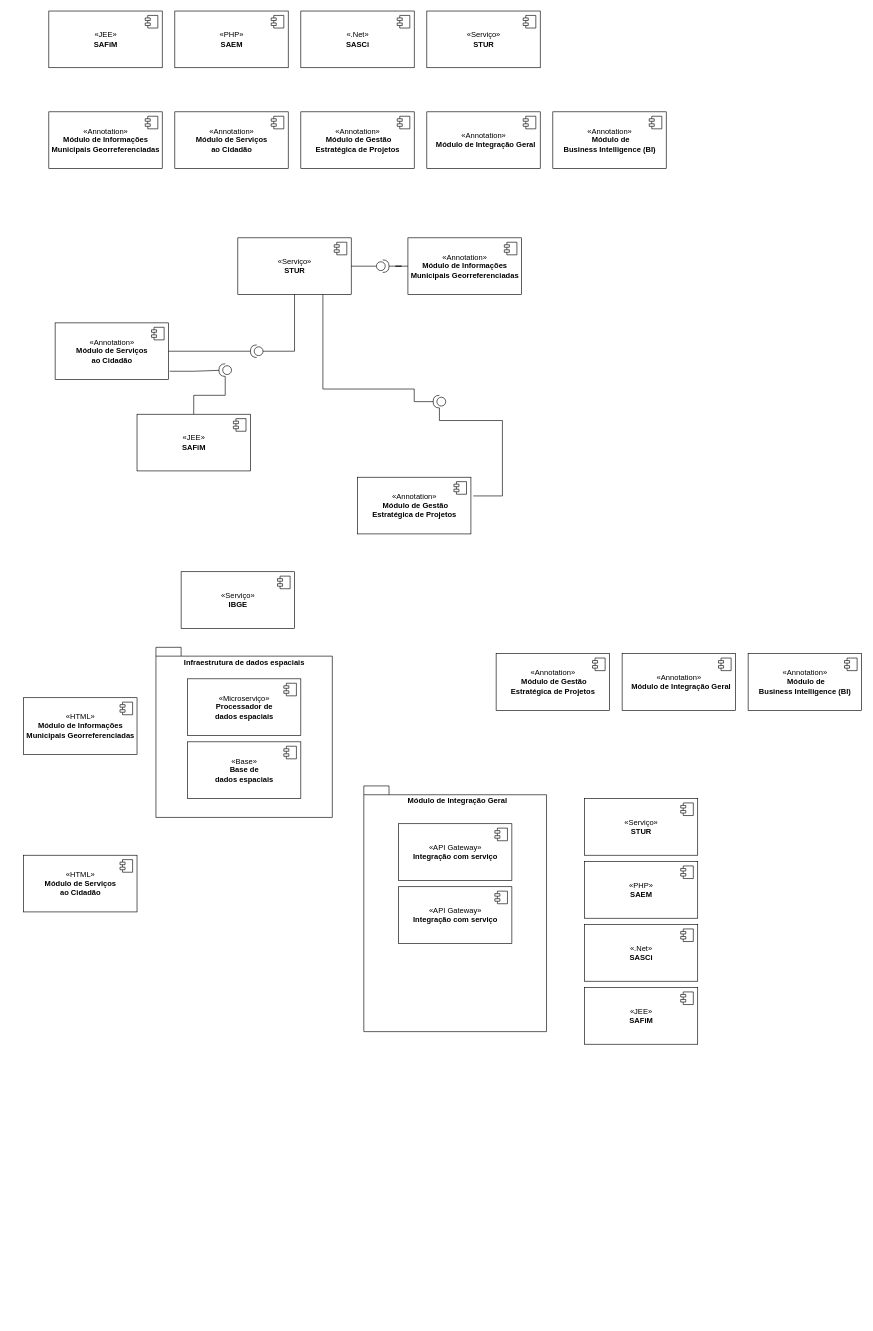
The draw.io diagram diagrama-de-componentes.drawio in sgm-poc/sgm-diagramas, before the edit. Source tidied: cells renumbered, new cells numbered last; positions are measured from the earlier drawing's top-left corner, leaving out a move shared by most shapes. Both pictures are drawn from the tidied source at 63%, with x=0, y=0 at pixel (23, 11).
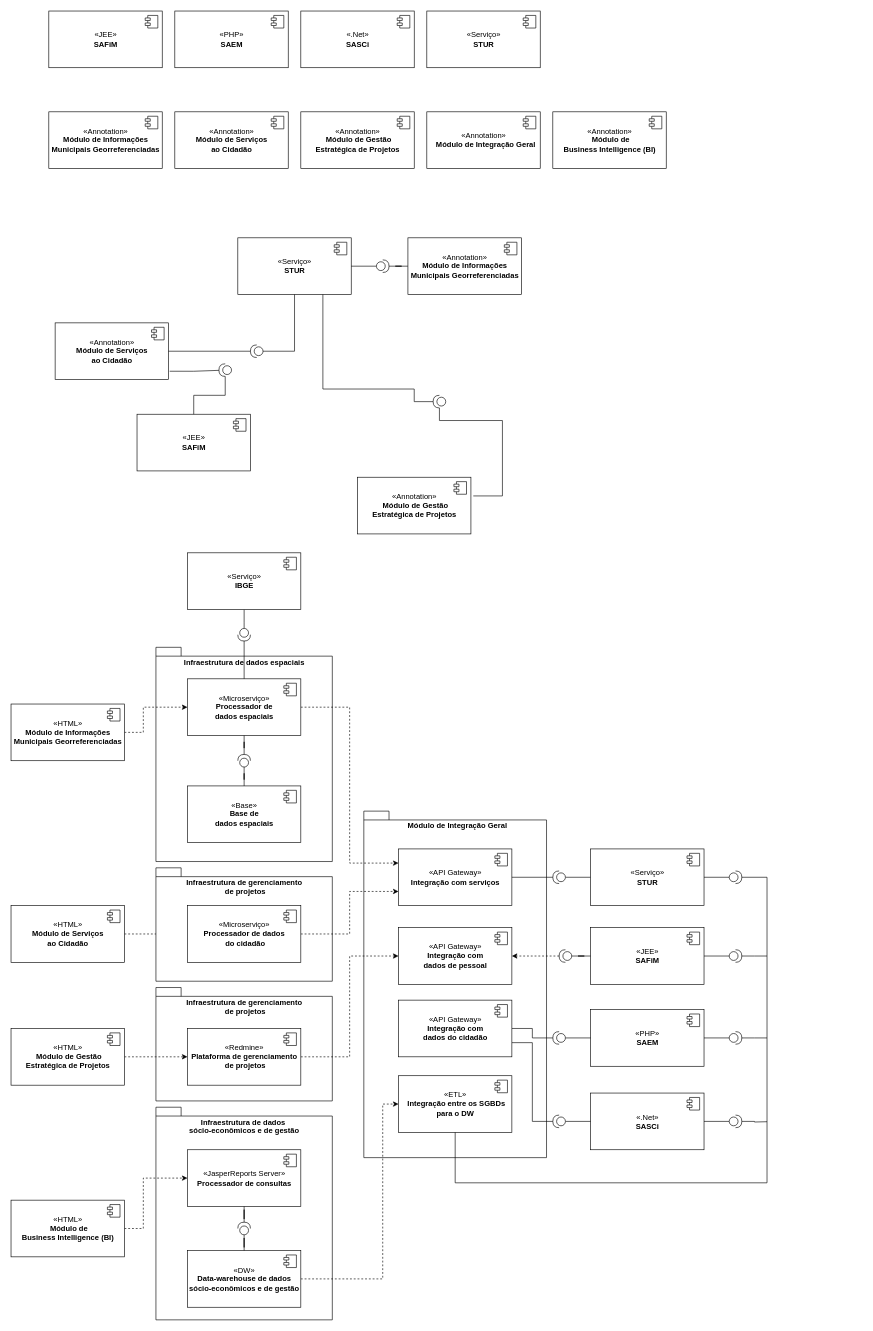
The same diagram, later.

The change refers to these unchanged cells:
```xml
<mxCell id="64" value="«Microserviço»&lt;br&gt;&lt;b&gt;Processador de &lt;br&gt;dados espaciais&lt;/b&gt;" style="html=1;" parent="1" vertex="1">
  <mxGeometry x="260" y="1060" width="180" height="90" as="geometry" />
</mxCell>
```

The edit, as a diff of the source:
```diff
@@
+    <mxCell id="72" value="&lt;b&gt;Infraestrutura de gerenciamento&lt;br&gt;&amp;nbsp;de projetos&lt;/b&gt;" style="shape=folder;fontStyle=1;spacingTop=10;tabWidth=40;tabHeight=14;tabPosition=left;html=1;horizontal=1;labelPosition=center;verticalLabelPosition=middle;align=center;verticalAlign=top;" parent="1" vertex="1">
+      <mxGeometry x="210" y="1550" width="280" height="180" as="geometry" />
+    </mxCell>
     <mxCell id="2" value="&lt;b&gt;&amp;nbsp; Módulo de Integração Geral&lt;/b&gt;" style="shape=folder;fontStyle=1;spacingTop=10;tabWidth=40;tabHeight=14;tabPosition=left;html=1;horizontal=1;labelPosition=center;verticalLabelPosition=middle;align=center;verticalAlign=top;" parent="1" vertex="1">
-      <mxGeometry x="540" y="1230" width="290" height="390" as="geometry" />
+      <mxGeometry x="540" y="1270" width="290" height="550" as="geometry" />
     </mxCell>
+    <mxCell id="73" value="&lt;b&gt;Infraestrutura de dados&amp;nbsp;&lt;br&gt;&lt;/b&gt;&lt;b&gt;sócio-econômicos e de gestão&lt;/b&gt;" style="shape=folder;fontStyle=1;spacingTop=10;tabWidth=40;tabHeight=14;tabPosition=left;html=1;horizontal=1;labelPosition=center;verticalLabelPosition=middle;align=center;verticalAlign=top;" parent="1" vertex="1">
+      <mxGeometry x="210" y="1740" width="280" height="337.5" as="geometry" />
+    </mxCell>
+    <mxCell id="61" value="&lt;b&gt;Infraestrutura de dados espaciais&lt;/b&gt;" style="shape=folder;fontStyle=1;spacingTop=10;tabWidth=40;tabHeight=14;tabPosition=left;html=1;horizontal=1;labelPosition=center;verticalLabelPosition=middle;align=center;verticalAlign=top;" parent="1" vertex="1">
+      <mxGeometry x="210" y="1010" width="280" height="340" as="geometry" />
+    </mxCell>
@@
     <mxCell id="43" value="«JEE»&lt;br&gt;&lt;b&gt;SAFiM&lt;/b&gt;" style="html=1;" parent="1" vertex="1">
-      <mxGeometry x="890" y="1550" width="180" height="90" as="geometry" />
+      <mxGeometry x="900" y="1455" width="180" height="90" as="geometry" />
     </mxCell>
@@
     <mxCell id="45" value="«PHP»&lt;br&gt;&lt;b&gt;SAEM&lt;/b&gt;" style="html=1;" parent="1" vertex="1">
-      <mxGeometry x="890" y="1350" width="180" height="90" as="geometry" />
+      <mxGeometry x="900" y="1585" width="180" height="90" as="geometry" />
     </mxCell>
@@
     <mxCell id="47" value="«.Net»&lt;br&gt;&lt;b&gt;SASCi&lt;/b&gt;" style="html=1;" parent="1" vertex="1">
-      <mxGeometry x="890" y="1450" width="180" height="90" as="geometry" />
+      <mxGeometry x="900" y="1717.5" width="180" height="90" as="geometry" />
     </mxCell>
@@
+    <mxCell id="74" style="edgeStyle=orthogonalEdgeStyle;rounded=0;jettySize=auto;html=1;endArrow=none;endFill=0;strokeColor=#000000;" parent="1" edge="1" source="49" target="84">
+      <mxGeometry relative="1" as="geometry" />
+    </mxCell>
     <mxCell id="49" value="«Serviço»&lt;br&gt;&lt;b&gt;STUR&lt;/b&gt;" style="html=1;" parent="1" vertex="1">
-      <mxGeometry x="890" y="1250" width="180" height="90" as="geometry" />
+      <mxGeometry x="900" y="1330" width="180" height="90" as="geometry" />
     </mxCell>
@@
+    <mxCell id="75" style="edgeStyle=orthogonalEdgeStyle;rounded=0;jettySize=auto;html=1;dashed=1;endArrow=classic;endFill=1;strokeColor=#000000;" parent="1" edge="1" source="51" target="64">
+      <mxGeometry relative="1" as="geometry">
+        <Array as="points">
+          <mxPoint x="190" y="1145" />
+          <mxPoint x="190" y="1105" />
+        </Array>
+      </mxGeometry>
+    </mxCell>
     <mxCell id="51" value="«HTML»&lt;br&gt;&lt;b&gt;Módulo de Informações &lt;br&gt;Municipais Georreferenciadas&lt;/b&gt;" style="html=1;" parent="1" vertex="1">
-      <mxGeometry y="1090" width="180" height="90" as="geometry" />
+      <mxGeometry x="-20" y="1100" width="180" height="90" as="geometry" />
     </mxCell>
@@
+    <mxCell id="76" style="edgeStyle=orthogonalEdgeStyle;rounded=0;jettySize=auto;html=1;dashed=1;endArrow=classic;endFill=1;strokeColor=#000000;" parent="1" edge="1" source="53" target="126">
+      <mxGeometry relative="1" as="geometry" />
+    </mxCell>
     <mxCell id="53" value="«HTML»&lt;br&gt;&lt;b&gt;Módulo de Serviços &lt;br&gt;ao Cidadão&lt;/b&gt;" style="html=1;" parent="1" vertex="1">
-      <mxGeometry y="1340" width="180" height="90" as="geometry" />
+      <mxGeometry x="-20" y="1420" width="180" height="90" as="geometry" />
     </mxCell>
@@
+    <mxCell id="77" style="edgeStyle=orthogonalEdgeStyle;rounded=0;jettySize=auto;html=1;entryX=0;entryY=0.5;entryDx=0;entryDy=0;endArrow=classic;endFill=1;strokeColor=#000000;dashed=1;" parent="1" edge="1" source="55" target="105">
+      <mxGeometry relative="1" as="geometry" />
+    </mxCell>
-    <mxCell id="55" value="«Annotation»&lt;br&gt;&lt;b&gt;&amp;nbsp;Módulo de Gestão &lt;br&gt;Estratégica de Projetos&lt;/b&gt;" style="html=1;" parent="1" vertex="1">
-      <mxGeometry x="750" y="1020" width="180" height="90" as="geometry" />
+    <mxCell id="55" value="«HTML»&lt;br&gt;&lt;b&gt;&amp;nbsp;Módulo de Gestão &lt;br&gt;Estratégica de Projetos&lt;/b&gt;" style="html=1;" parent="1" vertex="1">
+      <mxGeometry x="-20" y="1615" width="180" height="90" as="geometry" />
     </mxCell>
@@
+    <mxCell id="78" style="edgeStyle=orthogonalEdgeStyle;rounded=0;jettySize=auto;html=1;entryX=0;entryY=0.5;entryDx=0;entryDy=0;endArrow=classic;endFill=1;strokeColor=#000000;dashed=1;" parent="1" edge="1" source="57" target="96">
+      <mxGeometry relative="1" as="geometry">
+        <Array as="points">
+          <mxPoint x="190" y="1932.5" />
+          <mxPoint x="190" y="1852.5" />
+        </Array>
+      </mxGeometry>
+    </mxCell>
-    <mxCell id="57" value="«Annotation»&lt;br&gt;&lt;b&gt;&amp;nbsp;Módulo de &lt;br&gt;Business Intelligence (BI)&lt;/b&gt;" style="html=1;" parent="1" vertex="1">
-      <mxGeometry x="1150" y="1020" width="180" height="90" as="geometry" />
+    <mxCell id="57" value="«HTML»&lt;br&gt;&lt;b&gt;&amp;nbsp;Módulo de &lt;br&gt;Business Intelligence (BI)&lt;/b&gt;" style="html=1;" parent="1" vertex="1">
+      <mxGeometry x="-20" y="1887.5" width="180" height="90" as="geometry" />
     </mxCell>
@@
-    <mxCell id="59" value="«Annotation»&lt;br&gt;&lt;b&gt;&amp;nbsp;&amp;nbsp;Módulo de Integração Geral&lt;/b&gt;" style="html=1;" parent="1" vertex="1">
-      <mxGeometry x="950" y="1020" width="180" height="90" as="geometry" />
-    </mxCell>
-    <mxCell id="60" style="shape=component;jettyWidth=8;jettyHeight=4;" parent="59" vertex="1">
-      <mxGeometry x="1" width="20" height="20" relative="1" as="geometry">
-        <mxPoint x="-27" y="7" as="offset" />
-      </mxGeometry>
-    </mxCell>
-    <mxCell id="61" value="&lt;b&gt;Infraestrutura de dados espaciais&lt;/b&gt;" style="shape=folder;fontStyle=1;spacingTop=10;tabWidth=40;tabHeight=14;tabPosition=left;html=1;horizontal=1;labelPosition=center;verticalLabelPosition=middle;align=center;verticalAlign=top;" parent="1" vertex="1">
-      <mxGeometry x="210" y="1010" width="280" height="270" as="geometry" />
-    </mxCell>
+    <mxCell id="79" style="edgeStyle=orthogonalEdgeStyle;rounded=0;jettySize=auto;html=1;endArrow=none;endFill=0;strokeColor=#000000;" parent="1" edge="1" source="62">
+      <mxGeometry relative="1" as="geometry">
+        <mxPoint x="350" y="980" as="targetPoint" />
+      </mxGeometry>
+    </mxCell>
     <mxCell id="62" value="«Serviço»&lt;br&gt;&lt;b&gt;IBGE&lt;/b&gt;" style="html=1;" parent="1" vertex="1">
-      <mxGeometry x="250" y="890" width="180" height="90" as="geometry" />
+      <mxGeometry x="260" y="860" width="180" height="90" as="geometry" />
     </mxCell>
@@
+    <mxCell id="80" style="edgeStyle=orthogonalEdgeStyle;rounded=0;jettySize=auto;html=1;entryX=0;entryY=0.25;entryDx=0;entryDy=0;dashed=1;endArrow=classic;endFill=1;strokeColor=#000000;" parent="1" edge="1" source="64" target="68">
+      <mxGeometry relative="1" as="geometry" />
+    </mxCell>
@@
     <mxCell id="66" value="«Base»&lt;br&gt;&lt;b&gt;Base de &lt;br&gt;dados espaciais&lt;/b&gt;" style="html=1;" parent="1" vertex="1">
-      <mxGeometry x="260" y="1160" width="180" height="90" as="geometry" />
+      <mxGeometry x="260" y="1230" width="180" height="90" as="geometry" />
     </mxCell>
@@
-    <mxCell id="68" value="«API Gateway»&lt;br&gt;&lt;b&gt;Integração com serviço&lt;/b&gt;" style="html=1;" parent="1" vertex="1">
-      <mxGeometry x="595" y="1290" width="180" height="90" as="geometry" />
+    <mxCell id="68" value="«API Gateway»&lt;br&gt;&lt;b&gt;Integração com serviços&lt;/b&gt;" style="html=1;" parent="1" vertex="1">
+      <mxGeometry x="595" y="1330" width="180" height="90" as="geometry" />
     </mxCell>
@@
-    <mxCell id="70" value="«API Gateway»&lt;br&gt;&lt;b&gt;Integração com serviço&lt;/b&gt;" style="html=1;" parent="1" vertex="1">
-      <mxGeometry x="595" y="1390" width="180" height="90" as="geometry" />
-    </mxCell>
-    <mxCell id="71" style="shape=component;jettyWidth=8;jettyHeight=4;" parent="70" vertex="1">
-      <mxGeometry x="1" width="20" height="20" relative="1" as="geometry">
-        <mxPoint x="-27" y="7" as="offset" />
-      </mxGeometry>
-    </mxCell>
+    <mxCell id="81" style="edgeStyle=orthogonalEdgeStyle;rounded=0;jettySize=auto;html=1;endArrow=none;endFill=0;strokeColor=#000000;" parent="1" edge="1" source="82" target="64">
+      <mxGeometry relative="1" as="geometry" />
+    </mxCell>
+    <mxCell id="82" style="shape=providedRequiredInterface;html=1;verticalLabelPosition=bottom;rotation=90;" parent="1" vertex="1">
+      <mxGeometry x="340" y="980" width="20" height="20" as="geometry" />
+    </mxCell>
+    <mxCell id="83" style="edgeStyle=orthogonalEdgeStyle;rounded=0;jettySize=auto;html=1;endArrow=none;endFill=0;strokeColor=#000000;" parent="1" edge="1" source="84" target="68">
+      <mxGeometry relative="1" as="geometry" />
+    </mxCell>
+    <mxCell id="84" style="shape=providedRequiredInterface;html=1;verticalLabelPosition=bottom;rotation=-180;" parent="1" vertex="1">
+      <mxGeometry x="840" y="1365" width="20" height="20" as="geometry" />
+    </mxCell>
+    <mxCell id="85" value="«ETL»&lt;br&gt;&lt;b&gt;&amp;nbsp;Integração entre os SGBDs&lt;br&gt;para o DW&lt;br&gt;&lt;/b&gt;" style="html=1;" parent="1" vertex="1">
+      <mxGeometry x="595" y="1690" width="180" height="90" as="geometry" />
+    </mxCell>
+    <mxCell id="86" style="shape=component;jettyWidth=8;jettyHeight=4;" parent="85" vertex="1">
+      <mxGeometry x="1" width="20" height="20" relative="1" as="geometry">
+        <mxPoint x="-27" y="7" as="offset" />
+      </mxGeometry>
+    </mxCell>
+    <mxCell id="87" style="edgeStyle=orthogonalEdgeStyle;rounded=0;jettySize=auto;html=1;endArrow=none;endFill=0;strokeColor=#000000;" parent="1" edge="1" source="89" target="43">
+      <mxGeometry relative="1" as="geometry" />
+    </mxCell>
+    <mxCell id="88" style="edgeStyle=orthogonalEdgeStyle;rounded=0;jettySize=auto;html=1;entryX=1;entryY=0.5;entryDx=0;entryDy=0;dashed=1;endArrow=classic;endFill=1;strokeColor=#000000;" parent="1" edge="1" source="89" target="122">
+      <mxGeometry relative="1" as="geometry" />
+    </mxCell>
+    <mxCell id="89" style="shape=providedRequiredInterface;html=1;verticalLabelPosition=bottom;rotation=-180;" parent="1" vertex="1">
+      <mxGeometry x="850" y="1490" width="20" height="20" as="geometry" />
+    </mxCell>
+    <mxCell id="90" style="edgeStyle=orthogonalEdgeStyle;rounded=0;jettySize=auto;html=1;endArrow=none;endFill=0;strokeColor=#000000;" parent="1" edge="1" source="92" target="45">
+      <mxGeometry relative="1" as="geometry" />
+    </mxCell>
+    <mxCell id="91" style="edgeStyle=orthogonalEdgeStyle;rounded=0;jettySize=auto;html=1;entryX=1;entryY=0.5;entryDx=0;entryDy=0;endArrow=none;endFill=0;strokeColor=#000000;" parent="1" edge="1" source="92" target="128">
+      <mxGeometry relative="1" as="geometry" />
+    </mxCell>
+    <mxCell id="92" style="shape=providedRequiredInterface;html=1;verticalLabelPosition=bottom;rotation=-180;" parent="1" vertex="1">
+      <mxGeometry x="840" y="1620" width="20" height="20" as="geometry" />
+    </mxCell>
+    <mxCell id="93" style="edgeStyle=orthogonalEdgeStyle;rounded=0;jettySize=auto;html=1;dashed=1;endArrow=classic;endFill=1;strokeColor=#000000;" parent="1" edge="1" source="94" target="85">
+      <mxGeometry relative="1" as="geometry">
+        <Array as="points">
+          <mxPoint x="570" y="2012" />
+          <mxPoint x="570" y="1735" />
+        </Array>
+      </mxGeometry>
+    </mxCell>
+    <mxCell id="94" value="«DW»&lt;br&gt;&lt;b&gt;Data-warehouse&amp;nbsp;de dados &lt;br&gt;sócio-econômicos e de gestão&lt;/b&gt;" style="html=1;" parent="1" vertex="1">
+      <mxGeometry x="260" y="1967.5" width="180" height="90" as="geometry" />
+    </mxCell>
+    <mxCell id="95" style="shape=component;jettyWidth=8;jettyHeight=4;" parent="94" vertex="1">
+      <mxGeometry x="1" width="20" height="20" relative="1" as="geometry">
+        <mxPoint x="-27" y="7" as="offset" />
+      </mxGeometry>
+    </mxCell>
+    <mxCell id="96" value="«JasperReports Server»&lt;br&gt;&lt;b&gt;Processador de consultas&lt;/b&gt;" style="html=1;" parent="1" vertex="1">
+      <mxGeometry x="260" y="1807.5" width="180" height="90" as="geometry" />
+    </mxCell>
+    <mxCell id="97" style="shape=component;jettyWidth=8;jettyHeight=4;" parent="96" vertex="1">
+      <mxGeometry x="1" width="20" height="20" relative="1" as="geometry">
+        <mxPoint x="-27" y="7" as="offset" />
+      </mxGeometry>
+    </mxCell>
+    <mxCell id="98" style="edgeStyle=orthogonalEdgeStyle;rounded=0;jettySize=auto;html=1;endArrow=none;endFill=0;strokeColor=#000000;" parent="1" edge="1" source="100" target="94">
+      <mxGeometry relative="1" as="geometry" />
+    </mxCell>
+    <mxCell id="99" style="edgeStyle=orthogonalEdgeStyle;rounded=0;jettySize=auto;html=1;endArrow=none;endFill=0;strokeColor=#000000;" parent="1" edge="1" source="100" target="96">
+      <mxGeometry relative="1" as="geometry" />
+    </mxCell>
+    <mxCell id="100" style="shape=providedRequiredInterface;html=1;verticalLabelPosition=bottom;rotation=-180;direction=south;" parent="1" vertex="1">
+      <mxGeometry x="340" y="1922.5" width="20" height="20" as="geometry" />
+    </mxCell>
+    <mxCell id="101" style="edgeStyle=orthogonalEdgeStyle;rounded=0;jettySize=auto;html=1;endArrow=none;endFill=0;strokeColor=#000000;" parent="1" edge="1" source="103" target="64">
+      <mxGeometry relative="1" as="geometry" />
+    </mxCell>
+    <mxCell id="102" style="edgeStyle=orthogonalEdgeStyle;rounded=0;jettySize=auto;html=1;endArrow=none;endFill=0;strokeColor=#000000;" parent="1" edge="1" source="103" target="66">
+      <mxGeometry relative="1" as="geometry" />
+    </mxCell>
+    <mxCell id="103" style="shape=providedRequiredInterface;html=1;verticalLabelPosition=bottom;rotation=-180;direction=south;" parent="1" vertex="1">
+      <mxGeometry x="340" y="1180" width="20" height="20" as="geometry" />
+    </mxCell>
+    <mxCell id="104" style="edgeStyle=orthogonalEdgeStyle;rounded=0;jettySize=auto;html=1;exitX=1;exitY=0.5;exitDx=0;exitDy=0;entryX=0;entryY=0.5;entryDx=0;entryDy=0;dashed=1;endArrow=classic;endFill=1;strokeColor=#000000;" parent="1" edge="1" source="105" target="122">
+      <mxGeometry relative="1" as="geometry" />
+    </mxCell>
+    <mxCell id="105" value="«Redmine»&lt;br&gt;&lt;b&gt;Plataforma de gerenciamento&lt;br&gt;&amp;nbsp;de projetos&lt;/b&gt;" style="html=1;" parent="1" vertex="1">
+      <mxGeometry x="260" y="1615" width="180" height="90" as="geometry" />
+    </mxCell>
+    <mxCell id="106" style="shape=component;jettyWidth=8;jettyHeight=4;" parent="105" vertex="1">
+      <mxGeometry x="1" width="20" height="20" relative="1" as="geometry">
+        <mxPoint x="-27" y="7" as="offset" />
+      </mxGeometry>
+    </mxCell>
+    <mxCell id="107" style="edgeStyle=orthogonalEdgeStyle;rounded=0;jettySize=auto;html=1;endArrow=none;endFill=0;strokeColor=#000000;" parent="1" edge="1" source="109" target="47">
+      <mxGeometry relative="1" as="geometry" />
+    </mxCell>
+    <mxCell id="108" style="edgeStyle=orthogonalEdgeStyle;rounded=0;jettySize=auto;html=1;entryX=1;entryY=0.75;entryDx=0;entryDy=0;endArrow=none;endFill=0;strokeColor=#000000;" parent="1" edge="1" source="109" target="128">
+      <mxGeometry relative="1" as="geometry" />
+    </mxCell>
+    <mxCell id="109" style="shape=providedRequiredInterface;html=1;verticalLabelPosition=bottom;rotation=-180;" parent="1" vertex="1">
+      <mxGeometry x="840" y="1752.5" width="20" height="20" as="geometry" />
+    </mxCell>
+    <mxCell id="110" style="edgeStyle=orthogonalEdgeStyle;rounded=0;jettySize=auto;html=1;endArrow=none;endFill=0;strokeColor=#000000;" parent="1" edge="1" source="112" target="47">
+      <mxGeometry relative="1" as="geometry" />
+    </mxCell>
+    <mxCell id="111" style="edgeStyle=orthogonalEdgeStyle;rounded=0;jettySize=auto;html=1;endArrow=none;endFill=0;strokeColor=#000000;" parent="1" edge="1" source="112">
+      <mxGeometry relative="1" as="geometry">
+        <mxPoint x="1180" y="1763" as="targetPoint" />
+      </mxGeometry>
+    </mxCell>
+    <mxCell id="112" style="shape=providedRequiredInterface;html=1;verticalLabelPosition=bottom;rotation=-180;direction=west;" parent="1" vertex="1">
+      <mxGeometry x="1120" y="1752.5" width="20" height="20" as="geometry" />
+    </mxCell>
+    <mxCell id="113" style="edgeStyle=orthogonalEdgeStyle;rounded=0;jettySize=auto;html=1;endArrow=none;endFill=0;strokeColor=#000000;" parent="1" edge="1" source="115" target="45">
+      <mxGeometry relative="1" as="geometry" />
+    </mxCell>
+    <mxCell id="114" style="edgeStyle=orthogonalEdgeStyle;rounded=0;jettySize=auto;html=1;endArrow=none;endFill=0;strokeColor=#000000;" parent="1" edge="1" source="115">
+      <mxGeometry relative="1" as="geometry">
+        <mxPoint x="1180" y="1630" as="targetPoint" />
+      </mxGeometry>
+    </mxCell>
+    <mxCell id="115" style="shape=providedRequiredInterface;html=1;verticalLabelPosition=bottom;rotation=-180;direction=west;" parent="1" vertex="1">
+      <mxGeometry x="1120" y="1620" width="20" height="20" as="geometry" />
+    </mxCell>
+    <mxCell id="116" style="edgeStyle=orthogonalEdgeStyle;rounded=0;jettySize=auto;html=1;endArrow=none;endFill=0;strokeColor=#000000;" parent="1" edge="1" source="118" target="43">
+      <mxGeometry relative="1" as="geometry" />
+    </mxCell>
+    <mxCell id="117" style="edgeStyle=orthogonalEdgeStyle;rounded=0;jettySize=auto;html=1;endArrow=none;endFill=0;strokeColor=#000000;" parent="1" edge="1" source="118">
+      <mxGeometry relative="1" as="geometry">
+        <mxPoint x="1180" y="1500" as="targetPoint" />
+      </mxGeometry>
+    </mxCell>
+    <mxCell id="118" style="shape=providedRequiredInterface;html=1;verticalLabelPosition=bottom;rotation=-180;direction=west;" parent="1" vertex="1">
+      <mxGeometry x="1120" y="1490" width="20" height="20" as="geometry" />
+    </mxCell>
+    <mxCell id="119" style="edgeStyle=orthogonalEdgeStyle;rounded=0;jettySize=auto;html=1;endArrow=none;endFill=0;strokeColor=#000000;" parent="1" edge="1" source="121" target="49">
+      <mxGeometry relative="1" as="geometry" />
+    </mxCell>
+    <mxCell id="120" style="edgeStyle=orthogonalEdgeStyle;rounded=0;jettySize=auto;html=1;entryX=0.5;entryY=1;entryDx=0;entryDy=0;endArrow=none;endFill=0;strokeColor=#000000;" parent="1" edge="1" source="121" target="85">
+      <mxGeometry relative="1" as="geometry">
+        <Array as="points">
+          <mxPoint x="1180" y="1375" />
+          <mxPoint x="1180" y="1860" />
+          <mxPoint x="685" y="1860" />
+        </Array>
+      </mxGeometry>
+    </mxCell>
+    <mxCell id="121" style="shape=providedRequiredInterface;html=1;verticalLabelPosition=bottom;rotation=-180;direction=west;" parent="1" vertex="1">
+      <mxGeometry x="1120" y="1365" width="20" height="20" as="geometry" />
+    </mxCell>
+    <mxCell id="122" value="«API Gateway»&lt;br&gt;&lt;b&gt;Integração com &lt;br&gt;dados de pessoal&lt;/b&gt;" style="html=1;" parent="1" vertex="1">
+      <mxGeometry x="595" y="1455" width="180" height="90" as="geometry" />
+    </mxCell>
+    <mxCell id="123" style="shape=component;jettyWidth=8;jettyHeight=4;" parent="122" vertex="1">
+      <mxGeometry x="1" width="20" height="20" relative="1" as="geometry">
+        <mxPoint x="-27" y="7" as="offset" />
+      </mxGeometry>
+    </mxCell>
+    <mxCell id="124" value="&lt;b&gt;Infraestrutura de gerenciamento&lt;br&gt;&amp;nbsp;de projetos&lt;/b&gt;" style="shape=folder;fontStyle=1;spacingTop=10;tabWidth=40;tabHeight=14;tabPosition=left;html=1;horizontal=1;labelPosition=center;verticalLabelPosition=middle;align=center;verticalAlign=top;" parent="1" vertex="1">
+      <mxGeometry x="210" y="1360" width="280" height="180" as="geometry" />
+    </mxCell>
+    <mxCell id="125" style="edgeStyle=orthogonalEdgeStyle;rounded=0;jettySize=auto;html=1;entryX=0;entryY=0.75;entryDx=0;entryDy=0;dashed=1;endArrow=classic;endFill=1;strokeColor=#000000;" parent="1" edge="1" source="126" target="68">
+      <mxGeometry relative="1" as="geometry" />
+    </mxCell>
+    <mxCell id="126" value="«Microserviço»&lt;br&gt;&lt;b&gt;Processador de dados&lt;br&gt;&amp;nbsp;do&amp;nbsp;cidadão&lt;/b&gt;" style="html=1;" parent="1" vertex="1">
+      <mxGeometry x="260" y="1420" width="180" height="90" as="geometry" />
+    </mxCell>
+    <mxCell id="127" style="shape=component;jettyWidth=8;jettyHeight=4;" parent="126" vertex="1">
+      <mxGeometry x="1" width="20" height="20" relative="1" as="geometry">
+        <mxPoint x="-27" y="7" as="offset" />
+      </mxGeometry>
+    </mxCell>
+    <mxCell id="128" value="«API Gateway»&lt;br&gt;&lt;b&gt;Integração com &lt;br&gt;dados do cidadão&lt;/b&gt;" style="html=1;" parent="1" vertex="1">
+      <mxGeometry x="595" y="1570" width="180" height="90" as="geometry" />
+    </mxCell>
+    <mxCell id="129" style="shape=component;jettyWidth=8;jettyHeight=4;" parent="128" vertex="1">
+      <mxGeometry x="1" width="20" height="20" relative="1" as="geometry">
+        <mxPoint x="-27" y="7" as="offset" />
+      </mxGeometry>
+    </mxCell>
```
